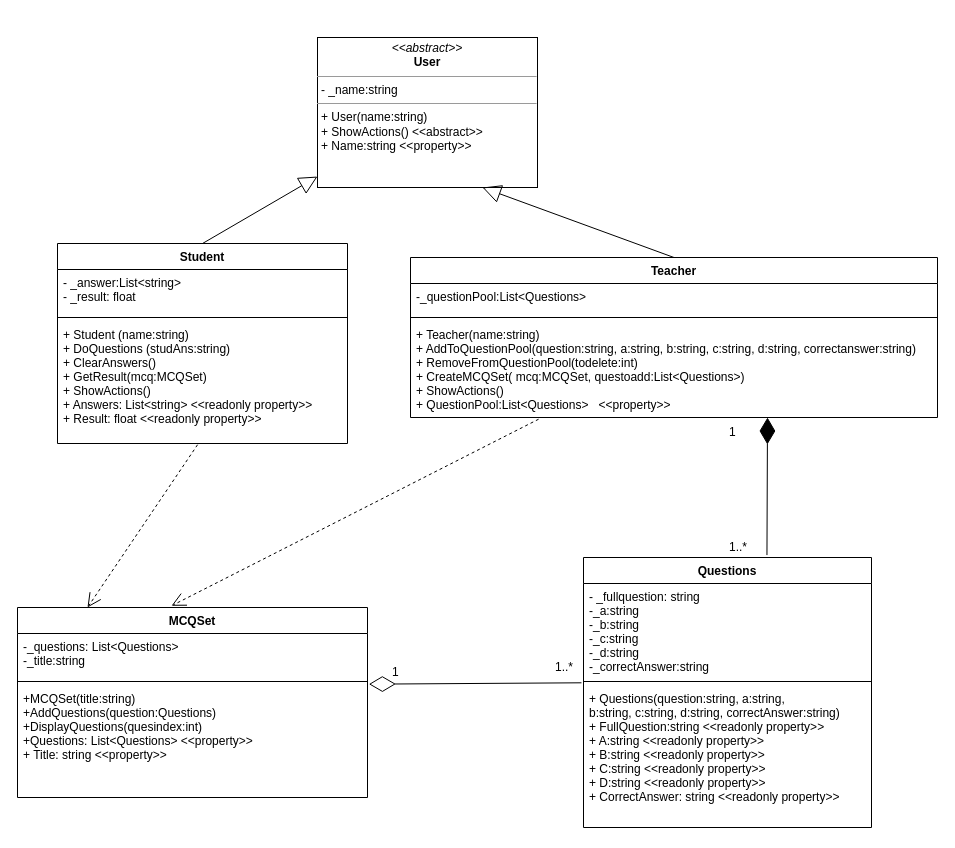
LastMinuteBanter/DistinctionTaskUML keeps this draw.io diagram as CreditTaskUML.drawio. Above is the earlier version. Source tidied: cells renumbered, new cells numbered last; positions are measured from the earlier drawing's top-left corner, leaving out a move shared by most shapes. Both pictures are drawn from the tidied source at 100%, with x=0, y=0 at pixel (17, 37).
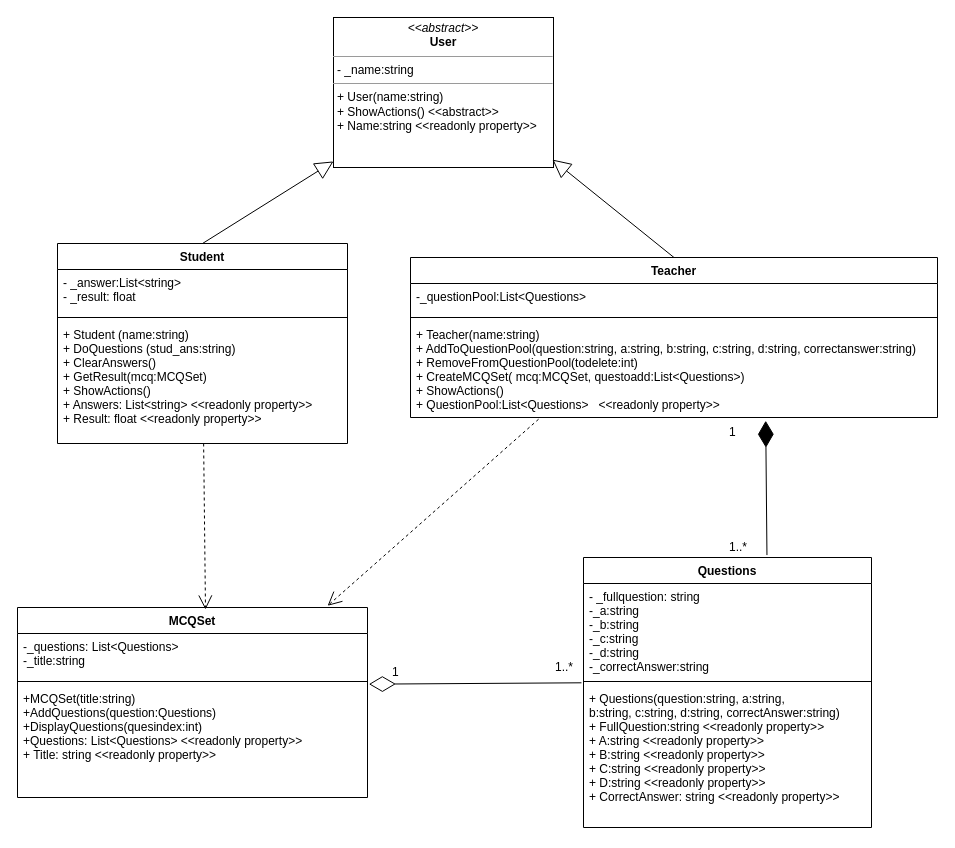
After the change.

The change refers to these unchanged cells:
```xml
<mxCell id="3" value="Student" style="swimlane;fontStyle=1;align=center;verticalAlign=top;horizontal=1;startSize=26;" parent="1" vertex="1">
  <mxGeometry x="40" y="206" width="290" height="200" as="geometry" />
</mxCell>
<mxCell id="7" value="Teacher" style="swimlane;fontStyle=1;align=center;verticalAlign=top;horizontal=1;startSize=26;" parent="1" vertex="1">
  <mxGeometry x="393" y="220" width="527" height="160" as="geometry" />
</mxCell>
<mxCell id="11" value="MCQSet" style="swimlane;fontStyle=1;align=center;verticalAlign=top;horizontal=1;startSize=26;" parent="1" vertex="1">
  <mxGeometry y="570" width="350" height="190" as="geometry" />
</mxCell>
<mxCell id="15" value="Questions" style="swimlane;fontStyle=1;align=center;verticalAlign=top;horizontal=1;startSize=26;" parent="1" vertex="1">
  <mxGeometry x="566" y="520" width="288" height="270" as="geometry" />
</mxCell>
```

What changed in the source:
```diff
@@
-    <mxCell id="2" value="&lt;p style=&quot;margin: 0px ; margin-top: 4px ; text-align: center&quot;&gt;&lt;i&gt;&amp;lt;&amp;lt;abstract&amp;gt;&amp;gt;&lt;/i&gt;&lt;br&gt;&lt;b&gt;User&lt;/b&gt;&lt;/p&gt;&lt;hr size=&quot;1&quot;&gt;&lt;p style=&quot;margin: 0px ; margin-left: 4px&quot;&gt;- _name:string&lt;/p&gt;&lt;hr size=&quot;1&quot;&gt;&lt;p style=&quot;margin: 0px ; margin-left: 4px&quot;&gt;+ User(name:string)&lt;/p&gt;&lt;p style=&quot;margin: 0px ; margin-left: 4px&quot;&gt;+ ShowActions() &amp;lt;&amp;lt;abstract&amp;gt;&amp;gt;&lt;br&gt;&lt;/p&gt;&lt;p style=&quot;margin: 0px ; margin-left: 4px&quot;&gt;+ Name:string &amp;lt;&amp;lt;property&amp;gt;&amp;gt;&amp;nbsp;&lt;/p&gt;" style="verticalAlign=top;align=left;overflow=fill;fontSize=12;fontFamily=Helvetica;html=1;" parent="1" vertex="1">
-      <mxGeometry x="300" width="220" height="150" as="geometry" />
+    <mxCell id="2" value="&lt;p style=&quot;margin: 0px ; margin-top: 4px ; text-align: center&quot;&gt;&lt;i&gt;&amp;lt;&amp;lt;abstract&amp;gt;&amp;gt;&lt;/i&gt;&lt;br&gt;&lt;b&gt;User&lt;/b&gt;&lt;/p&gt;&lt;hr size=&quot;1&quot;&gt;&lt;p style=&quot;margin: 0px ; margin-left: 4px&quot;&gt;- _name:string&lt;/p&gt;&lt;hr size=&quot;1&quot;&gt;&lt;p style=&quot;margin: 0px ; margin-left: 4px&quot;&gt;+ User(name:string)&lt;/p&gt;&lt;p style=&quot;margin: 0px ; margin-left: 4px&quot;&gt;+ ShowActions() &amp;lt;&amp;lt;abstract&amp;gt;&amp;gt;&lt;br&gt;&lt;/p&gt;&lt;p style=&quot;margin: 0px ; margin-left: 4px&quot;&gt;+ Name:string &amp;lt;&amp;lt;readonly property&amp;gt;&amp;gt;&amp;nbsp;&lt;/p&gt;" style="verticalAlign=top;align=left;overflow=fill;fontSize=12;fontFamily=Helvetica;html=1;" parent="1" vertex="1">
+      <mxGeometry x="316" y="-20" width="220" height="150" as="geometry" />
     </mxCell>
@@
-    <mxCell id="6" value="+ Student (name:string)&#10;+ DoQuestions (studAns:string)&#10;+ ClearAnswers()&#10;+ GetResult(mcq:MCQSet)&#10;+ ShowActions()&#10;+ Answers: List&lt;string&gt; &lt;&lt;readonly property&gt;&gt;&#10;+ Result: float &lt;&lt;readonly property&gt;&gt;&#10;" style="text;strokeColor=none;fillColor=none;align=left;verticalAlign=top;spacingLeft=4;spacingRight=4;overflow=hidden;points=[[0,0.5],[1,0.5]];portConstraint=eastwest;" parent="3" vertex="1">
+    <mxCell id="6" value="+ Student (name:string)&#10;+ DoQuestions (stud_ans:string)&#10;+ ClearAnswers()&#10;+ GetResult(mcq:MCQSet)&#10;+ ShowActions()&#10;+ Answers: List&lt;string&gt; &lt;&lt;readonly property&gt;&gt;&#10;+ Result: float &lt;&lt;readonly property&gt;&gt;&#10;" style="text;strokeColor=none;fillColor=none;align=left;verticalAlign=top;spacingLeft=4;spacingRight=4;overflow=hidden;points=[[0,0.5],[1,0.5]];portConstraint=eastwest;" parent="3" vertex="1">
       <mxGeometry y="78" width="290" height="122" as="geometry" />
     </mxCell>
@@
-    <mxCell id="10" value="+ Teacher(name:string)&#10;+ AddToQuestionPool(question:string, a:string, b:string, c:string, d:string, correctanswer:string)&#10;+ RemoveFromQuestionPool(todelete:int)&#10;+ CreateMCQSet( mcq:MCQSet, questoadd:List&lt;Questions&gt;)&#10;+ ShowActions()&#10;+ QuestionPool:List&lt;Questions&gt;   &lt;&lt;property&gt;&gt;         " style="text;strokeColor=none;fillColor=none;align=left;verticalAlign=top;spacingLeft=4;spacingRight=4;overflow=hidden;points=[[0,0.5],[1,0.5]];portConstraint=eastwest;" parent="7" vertex="1">
+    <mxCell id="10" value="+ Teacher(name:string)&#10;+ AddToQuestionPool(question:string, a:string, b:string, c:string, d:string, correctanswer:string)&#10;+ RemoveFromQuestionPool(todelete:int)&#10;+ CreateMCQSet( mcq:MCQSet, questoadd:List&lt;Questions&gt;)&#10;+ ShowActions()&#10;+ QuestionPool:List&lt;Questions&gt;   &lt;&lt;readonly property&gt;&gt;         " style="text;strokeColor=none;fillColor=none;align=left;verticalAlign=top;spacingLeft=4;spacingRight=4;overflow=hidden;points=[[0,0.5],[1,0.5]];portConstraint=eastwest;" parent="7" vertex="1">
       <mxGeometry y="64" width="527" height="96" as="geometry" />
     </mxCell>
@@
-    <mxCell id="14" value="+MCQSet(title:string)&#10;+AddQuestions(question:Questions)&#10;+DisplayQuestions(quesindex:int)&#10;+Questions: List&lt;Questions&gt; &lt;&lt;property&gt;&gt;&#10;+ Title: string &lt;&lt;property&gt;&gt;&#10;&#10;" style="text;strokeColor=none;fillColor=none;align=left;verticalAlign=top;spacingLeft=4;spacingRight=4;overflow=hidden;points=[[0,0.5],[1,0.5]];portConstraint=eastwest;" parent="11" vertex="1">
+    <mxCell id="14" value="+MCQSet(title:string)&#10;+AddQuestions(question:Questions)&#10;+DisplayQuestions(quesindex:int)&#10;+Questions: List&lt;Questions&gt; &lt;&lt;readonly property&gt;&gt;&#10;+ Title: string &lt;&lt;readonly property&gt;&gt;&#10;&#10;" style="text;strokeColor=none;fillColor=none;align=left;verticalAlign=top;spacingLeft=4;spacingRight=4;overflow=hidden;points=[[0,0.5],[1,0.5]];portConstraint=eastwest;" parent="11" vertex="1">
       <mxGeometry y="78" width="350" height="112" as="geometry" />
     </mxCell>
@@
-    <mxCell id="20" style="endArrow=block;endSize=16;endFill=0;html=1;exitX=0.5;exitY=0;exitDx=0;exitDy=0;entryX=0.75;entryY=1;entryDx=0;entryDy=0;" parent="1" edge="1" source="7" target="2">
+    <mxCell id="20" style="endArrow=block;endSize=16;endFill=0;html=1;exitX=0.5;exitY=0;exitDx=0;exitDy=0;entryX=0.995;entryY=0.947;entryDx=0;entryDy=0;entryPerimeter=0;" parent="1" edge="1" source="7" target="2">
       <mxGeometry relative="1" as="geometry" />
     </mxCell>
@@
-    <mxCell id="26" style="endArrow=open;endSize=12;dashed=1;html=1;exitX=0.243;exitY=1.018;exitDx=0;exitDy=0;exitPerimeter=0;entryX=0.44;entryY=-0.009;entryDx=0;entryDy=0;entryPerimeter=0;" parent="1" edge="1" source="10" target="11">
+    <mxCell id="26" style="endArrow=open;endSize=12;dashed=1;html=1;exitX=0.243;exitY=1.018;exitDx=0;exitDy=0;exitPerimeter=0;entryX=0.886;entryY=-0.009;entryDx=0;entryDy=0;entryPerimeter=0;" parent="1" edge="1" source="10" target="11">
       <mxGeometry relative="1" as="geometry" />
     </mxCell>
-    <mxCell id="27" style="endArrow=open;endSize=12;dashed=1;html=1;exitX=0.483;exitY=1.01;exitDx=0;exitDy=0;exitPerimeter=0;entryX=0.2;entryY=0;entryDx=0;entryDy=0;entryPerimeter=0;" parent="1" edge="1" source="6" target="11">
-      <mxGeometry relative="1" as="geometry" />
+    <mxCell id="27" style="endArrow=open;endSize=12;dashed=1;html=1;" parent="1" edge="1" source="3">
+      <mxGeometry relative="1" as="geometry">
+        <mxPoint x="188" y="572" as="targetPoint" />
+      </mxGeometry>
     </mxCell>
-    <mxCell id="28" style="endArrow=diamondThin;endFill=1;endSize=24;html=1;exitX=0.637;exitY=-0.009;exitDx=0;exitDy=0;exitPerimeter=0;" parent="1" edge="1" source="15">
-      <mxGeometry relative="1" as="geometry">
-        <mxPoint x="750" y="380" as="targetPoint" />
-      </mxGeometry>
+    <mxCell id="28" style="endArrow=diamondThin;endFill=1;endSize=24;html=1;exitX=0.637;exitY=-0.009;exitDx=0;exitDy=0;exitPerimeter=0;entryX=0.674;entryY=1.034;entryDx=0;entryDy=0;entryPerimeter=0;" parent="1" edge="1" source="15" target="10">
+      <mxGeometry relative="1" as="geometry" />
     </mxCell>
```
